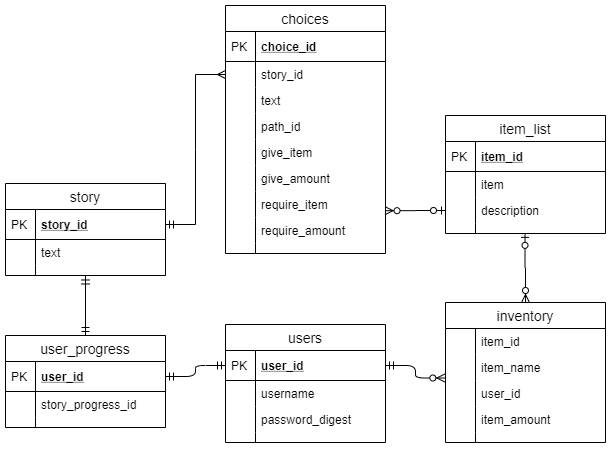
Before: ER-diagram.png, a diagram exported from draw.io (itggot-saga-jonasson/storprojekt20). Source tidied: cells renumbered, new cells last; positions are measured from the earlier drawing's top-left corner, leaving out a move shared by most shapes.
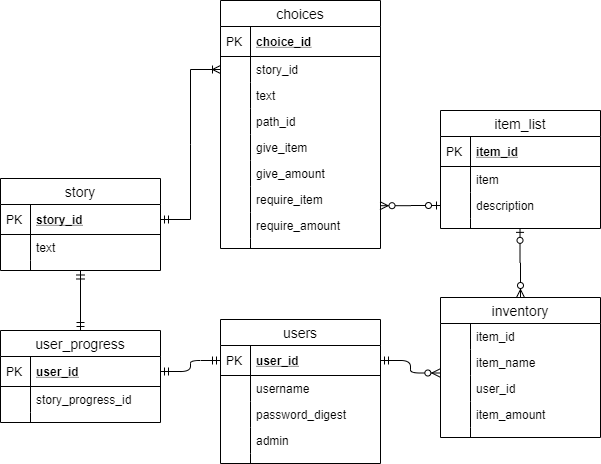
After the change.

Diff of the diagram source:
```diff
@@ -44,7 +44,7 @@
     <mxCell id="15" style="edgeStyle=orthogonalEdgeStyle;rounded=0;jettySize=auto;html=1;exitX=0.997;exitY=0.738;exitDx=0;exitDy=0;entryX=0;entryY=0.5;entryDx=0;entryDy=0;startArrow=ERzeroToMany;startFill=1;endArrow=ERzeroToOne;endFill=1;exitPerimeter=0;" parent="1" edge="1" source="64" target="7">
       <mxGeometry relative="1" as="geometry" />
     </mxCell>
-    <mxCell id="16" style="edgeStyle=entityRelationEdgeStyle;rounded=0;jettySize=auto;html=1;exitX=1;exitY=0.5;exitDx=0;exitDy=0;entryX=0;entryY=0.5;entryDx=0;entryDy=0;startArrow=ERmandOne;startFill=0;endArrow=ERmany;endFill=0;" parent="1" edge="1" source="34" target="54">
+    <mxCell id="16" style="edgeStyle=entityRelationEdgeStyle;rounded=0;jettySize=auto;html=1;exitX=1;exitY=0.5;exitDx=0;exitDy=0;entryX=0;entryY=0.5;entryDx=0;entryDy=0;startArrow=ERmandOne;startFill=0;endArrow=ERoneToMany;endFill=0;" parent="1" edge="1" source="34" target="54">
       <mxGeometry relative="1" as="geometry" />
     </mxCell>
     <mxCell id="17" value="user_progress" style="swimlane;fontStyle=0;horizontal=1;startSize=26;align=center;fontSize=14;" parent="1" vertex="1">
@@ -69,7 +69,7 @@
       <mxGeometry width="30" height="10" as="geometry" />
     </mxCell>
     <mxCell id="24" value="users" style="swimlane;fontStyle=0;horizontal=1;startSize=26;align=center;fontSize=14;" parent="1" vertex="1">
-      <mxGeometry x="220" y="319" width="160" height="118" as="geometry" />
+      <mxGeometry x="220" y="319" width="160" height="144" as="geometry" />
     </mxCell>
     <mxCell id="25" value="user_id" style="shape=partialRectangle;top=0;left=0;right=0;bottom=1;align=left;verticalAlign=middle;fillColor=none;spacingLeft=34;spacingRight=4;overflow=hidden;points=[[0,0.5],[1,0.5]];portConstraint=eastwest;fontStyle=5;fontSize=12;" parent="24" vertex="1">
       <mxGeometry y="26" width="160" height="30" as="geometry" />
@@ -83,14 +83,20 @@
     <mxCell id="28" style="shape=partialRectangle;top=0;left=0;bottom=0;fillColor=none;align=left;verticalAlign=top;spacingLeft=4;spacingRight=4;overflow=hidden;fontSize=12;" parent="27" vertex="1">
       <mxGeometry width="30" height="26" as="geometry" />
     </mxCell>
+    <mxCell id="70" value="password_digest" style="shape=partialRectangle;top=0;left=0;right=0;bottom=0;align=left;verticalAlign=top;fillColor=none;spacingLeft=34;spacingRight=4;overflow=hidden;fontSize=12;" parent="24" vertex="1">
+      <mxGeometry y="82" width="160" height="26" as="geometry" />
+    </mxCell>
+    <mxCell id="71" style="shape=partialRectangle;top=0;left=0;bottom=0;fillColor=none;align=left;verticalAlign=top;spacingLeft=4;spacingRight=4;overflow=hidden;fontSize=12;" parent="70" vertex="1">
+      <mxGeometry width="30" height="26" as="geometry" />
+    </mxCell>
-    <mxCell id="29" value="password_digest" style="shape=partialRectangle;top=0;left=0;right=0;bottom=0;align=left;verticalAlign=top;fillColor=none;spacingLeft=34;spacingRight=4;overflow=hidden;fontSize=12;" parent="24" vertex="1">
-      <mxGeometry y="82" width="160" height="26" as="geometry" />
+    <mxCell id="29" value="admin" style="shape=partialRectangle;top=0;left=0;right=0;bottom=0;align=left;verticalAlign=top;fillColor=none;spacingLeft=34;spacingRight=4;overflow=hidden;fontSize=12;" parent="24" vertex="1">
+      <mxGeometry y="108" width="160" height="26" as="geometry" />
     </mxCell>
     <mxCell id="30" style="shape=partialRectangle;top=0;left=0;bottom=0;fillColor=none;align=left;verticalAlign=top;spacingLeft=4;spacingRight=4;overflow=hidden;fontSize=12;" parent="29" vertex="1">
       <mxGeometry width="30" height="26" as="geometry" />
     </mxCell>
     <mxCell id="31" style="shape=partialRectangle;top=0;left=0;right=0;bottom=0;align=left;verticalAlign=top;fillColor=none;spacingLeft=34;spacingRight=4;overflow=hidden;fontSize=12;" parent="24" vertex="1">
-      <mxGeometry y="108" width="160" height="10" as="geometry" />
+      <mxGeometry y="134" width="160" height="10" as="geometry" />
     </mxCell>
     <mxCell id="32" style="shape=partialRectangle;top=0;left=0;bottom=0;fillColor=none;align=left;verticalAlign=top;spacingLeft=4;spacingRight=4;overflow=hidden;fontSize=12;" parent="31" vertex="1">
       <mxGeometry width="30" height="10" as="geometry" />
```
